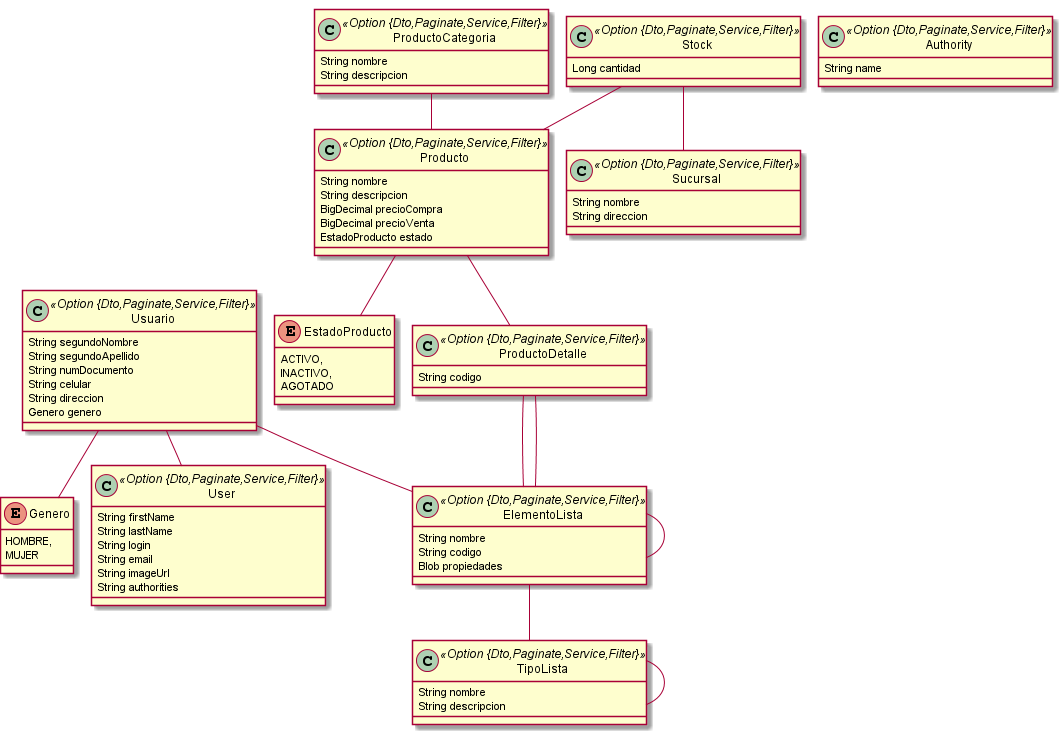
Above: inventario.png in AlfonsoCortez/jhipster-tienda (PlantUML), before the change.
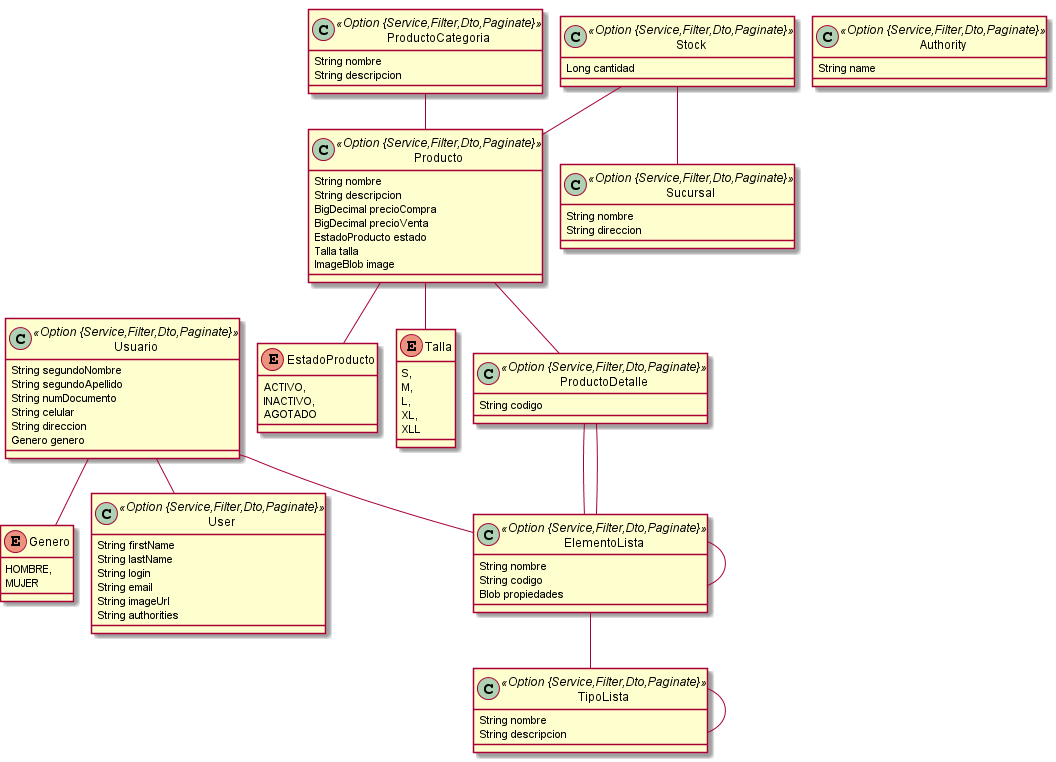
Later version of the same file.

The edit, as a diff of the source:
```diff
@@ -1,18 +1,28 @@
 @startuml
 	!pragma graphviz_dot jdot
 	!pragma syntax class
-	class Producto <<Option {Dto,Paginate,Service,Filter}>> {
+	class Producto <<Option {Service,Filter,Dto,Paginate}>> {
 		String nombre
 		String descripcion
 		BigDecimal precioCompra
 		BigDecimal precioVenta
 		EstadoProducto estado
+		Talla talla
+		ImageBlob image
 	}
 	Producto ..> EstadoProducto
-	class Stock <<Option {Dto,Paginate,Service,Filter}>> {
+	Producto ..> Talla
+	enum Talla {
+		S,
+		M,
+		L,
+		XL,
+		XLL
+	}
+	class Stock <<Option {Service,Filter,Dto,Paginate}>> {
 		Long cantidad
 	}
-	class ProductoDetalle <<Option {Dto,Paginate,Service,Filter}>> {
+	class ProductoDetalle <<Option {Service,Filter,Dto,Paginate}>> {
 		String codigo
 	}
 	enum EstadoProducto {
@@ -20,11 +30,11 @@
 		INACTIVO,
 		AGOTADO
 	}
-	class Sucursal <<Option {Dto,Paginate,Service,Filter}>> {
+	class Sucursal <<Option {Service,Filter,Dto,Paginate}>> {
 		String nombre
 		String direccion
 	}
-	class Usuario <<Option {Dto,Paginate,Service,Filter}>> {
+	class Usuario <<Option {Service,Filter,Dto,Paginate}>> {
 		String segundoNombre
 		String segundoApellido
 		String numDocumento
@@ -33,16 +43,16 @@
 		Genero genero
 	}
 	Usuario ..> Genero
-	class TipoLista <<Option {Dto,Paginate,Service,Filter}>> {
+	class TipoLista <<Option {Service,Filter,Dto,Paginate}>> {
 		String nombre
 		String descripcion
 	}
-	class ElementoLista <<Option {Dto,Paginate,Service,Filter}>> {
+	class ElementoLista <<Option {Service,Filter,Dto,Paginate}>> {
 		String nombre
 		String codigo
 		Blob propiedades
 	}
-	class ProductoCategoria <<Option {Dto,Paginate,Service,Filter}>> {
+	class ProductoCategoria <<Option {Service,Filter,Dto,Paginate}>> {
 		String nombre
 		String descripcion
 	}
@@ -59,12 +69,12 @@
 	Stock  "producto 0..* " o-- "0..1 "  Producto
 	Stock  "sucursal 0..* " o-- "0..1 "  Sucursal
 	Usuario  "cuidad(nombre)  1..* " o-- "0..1 "  ElementoLista
-	ProductoCategoria  "producto 0..1 " --o "productCategoria 0..* "  Producto
+	ProductoCategoria  "producto 0..1 " --o "productCategoria(nombre) 0..* "  Producto
 	Producto  "productoDetalle 0..1 " --o "producto(nombre) 0..* "  ProductoDetalle
-	class Authority <<Option {Dto,Paginate,Service,Filter}>> {
+	class Authority <<Option {Service,Filter,Dto,Paginate}>> {
 		String name
 	}
-	class User <<Option {Dto,Paginate,Service,Filter}>> {
+	class User <<Option {Service,Filter,Dto,Paginate}>> {
 		String firstName
 		String lastName
 		String login
```
